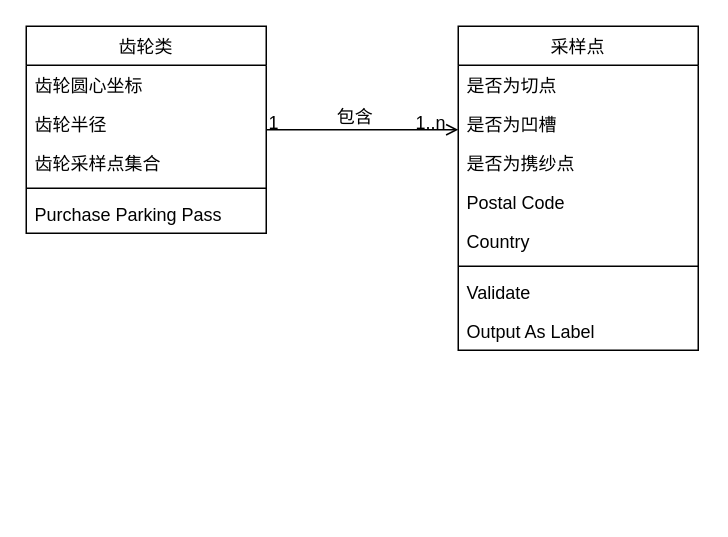
The draw.io diagram 毕设-类图.drawio in ScarboroughCoral/Draw.io.Storage, before the edit. Source tidied: cells renumbered, new cells numbered last; positions are measured from the earlier drawing's top-left corner, leaving out a move shared by most shapes. Both pictures are drawn from the tidied source at 150%, with x=0, y=0 at pixel (26, 26).
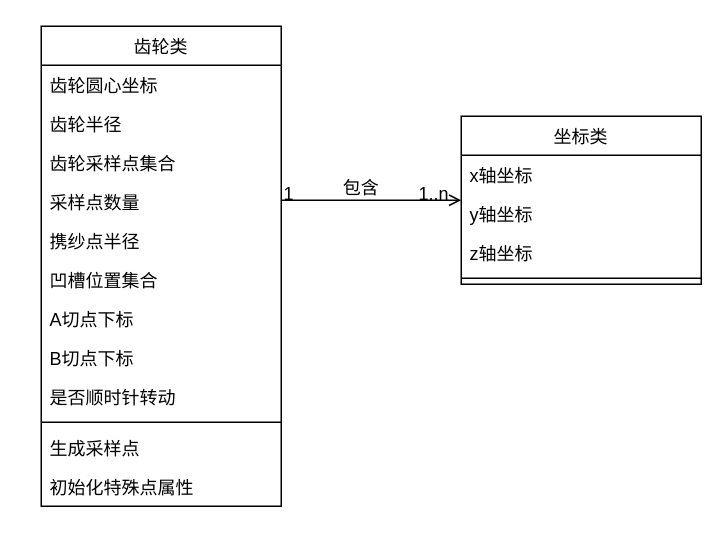
The same page after the edit.

The edit, as a diff of the source:
```diff
@@
+    <mxCell id="17" style="endArrow=open;shadow=0;strokeWidth=1;strokeColor=#000000;rounded=0;endFill=1;edgeStyle=elbowEdgeStyle;elbow=vertical;" parent="1" edge="1" source="2" target="8">
+      <mxGeometry x="0.5" y="41" relative="1" as="geometry">
+        <mxPoint x="-40" y="32" as="offset" />
+      </mxGeometry>
+    </mxCell>
+    <mxCell id="18" value="1" style="align=left;verticalAlign=bottom;labelBackgroundColor=none;fontSize=12;" parent="17" vertex="1">
+      <mxGeometry x="-1" relative="1" as="geometry">
+        <mxPoint y="4" as="offset" />
+      </mxGeometry>
+    </mxCell>
+    <mxCell id="19" value="1..n" style="align=right;verticalAlign=bottom;labelBackgroundColor=none;fontSize=12;" parent="17" vertex="1">
+      <mxGeometry x="1" relative="1" as="geometry">
+        <mxPoint x="-7" y="4" as="offset" />
+      </mxGeometry>
+    </mxCell>
+    <mxCell id="20" value="包含" style="text;html=1;align=center;verticalAlign=middle;labelBackgroundColor=none;rounded=0;shadow=0;strokeWidth=1;fontSize=12;" parent="17" vertex="1">
+      <mxGeometry x="0.5" y="49" relative="1" as="geometry">
+        <mxPoint x="-38" y="40" as="offset" />
+      </mxGeometry>
+    </mxCell>
     <mxCell id="2" value="齿轮类" style="swimlane;fontStyle=0;align=center;verticalAlign=top;horizontal=1;startSize=26;rounded=0;shadow=0;strokeWidth=1;" parent="1" vertex="1">
-      <mxGeometry width="160" height="138" as="geometry" />
+      <mxGeometry x="10" width="160" height="320" as="geometry" />
     </mxCell>
@@
+    <mxCell id="21" value="采样点数量" style="text;align=left;verticalAlign=top;spacingLeft=4;spacingRight=4;overflow=hidden;rounded=0;shadow=0;html=0;" parent="2" vertex="1">
+      <mxGeometry y="104" width="160" height="26" as="geometry" />
+    </mxCell>
+    <mxCell id="22" value="携纱点半径" style="text;align=left;verticalAlign=top;spacingLeft=4;spacingRight=4;overflow=hidden;rounded=0;shadow=0;html=0;" parent="2" vertex="1">
+      <mxGeometry y="130" width="160" height="26" as="geometry" />
+    </mxCell>
+    <mxCell id="23" value="凹槽位置集合" style="text;align=left;verticalAlign=top;spacingLeft=4;spacingRight=4;overflow=hidden;rounded=0;shadow=0;html=0;" parent="2" vertex="1">
+      <mxGeometry y="156" width="160" height="26" as="geometry" />
+    </mxCell>
+    <mxCell id="24" value="A切点下标" style="text;align=left;verticalAlign=top;spacingLeft=4;spacingRight=4;overflow=hidden;rounded=0;shadow=0;html=0;" parent="2" vertex="1">
+      <mxGeometry y="182" width="160" height="26" as="geometry" />
+    </mxCell>
+    <mxCell id="25" value="B切点下标" style="text;align=left;verticalAlign=top;spacingLeft=4;spacingRight=4;overflow=hidden;rounded=0;shadow=0;html=0;" parent="2" vertex="1">
+      <mxGeometry y="208" width="160" height="26" as="geometry" />
+    </mxCell>
+    <mxCell id="26" value="是否顺时针转动" style="text;align=left;verticalAlign=top;spacingLeft=4;spacingRight=4;overflow=hidden;rounded=0;shadow=0;html=0;" parent="2" vertex="1">
+      <mxGeometry y="234" width="160" height="26" as="geometry" />
+    </mxCell>
     <mxCell id="6" style="line;html=1;strokeWidth=1;align=left;verticalAlign=middle;spacingTop=-1;spacingLeft=3;spacingRight=3;labelPosition=right;" parent="2" vertex="1">
-      <mxGeometry y="104" width="160" height="8" as="geometry" />
+      <mxGeometry y="260" width="160" height="8" as="geometry" />
     </mxCell>
-    <mxCell id="7" value="Purchase Parking Pass" style="text;align=left;verticalAlign=top;spacingLeft=4;spacingRight=4;overflow=hidden;" parent="2" vertex="1">
-      <mxGeometry y="112" width="160" height="26" as="geometry" />
+    <mxCell id="7" value="生成采样点" style="text;align=left;verticalAlign=top;spacingLeft=4;spacingRight=4;overflow=hidden;" parent="2" vertex="1">
+      <mxGeometry y="268" width="160" height="26" as="geometry" />
     </mxCell>
+    <mxCell id="27" value="初始化特殊点属性" style="text;align=left;verticalAlign=top;spacingLeft=4;spacingRight=4;overflow=hidden;" parent="2" vertex="1">
+      <mxGeometry y="294" width="160" height="26" as="geometry" />
+    </mxCell>
-    <mxCell id="8" value="采样点" style="swimlane;fontStyle=0;align=center;verticalAlign=top;horizontal=1;startSize=26;rounded=0;shadow=0;strokeWidth=1;" parent="1" vertex="1">
-      <mxGeometry x="288" width="160" height="216" as="geometry" />
+    <mxCell id="8" value="坐标类" style="swimlane;fontStyle=0;align=center;verticalAlign=top;horizontal=1;startSize=26;rounded=0;shadow=0;strokeWidth=1;" parent="1" vertex="1">
+      <mxGeometry x="290" y="60" width="160" height="112" as="geometry" />
     </mxCell>
-    <mxCell id="9" value="是否为切点" style="text;align=left;verticalAlign=top;spacingLeft=4;spacingRight=4;overflow=hidden;" parent="8" vertex="1">
+    <mxCell id="9" value="x轴坐标" style="text;align=left;verticalAlign=top;spacingLeft=4;spacingRight=4;overflow=hidden;" parent="8" vertex="1">
       <mxGeometry y="26" width="160" height="26" as="geometry" />
     </mxCell>
-    <mxCell id="10" value="是否为凹槽" style="text;align=left;verticalAlign=top;spacingLeft=4;spacingRight=4;overflow=hidden;rounded=0;shadow=0;html=0;" parent="8" vertex="1">
-      <mxGeometry y="52" width="160" height="26" as="geometry" />
-    </mxCell>
-    <mxCell id="11" value="是否为携纱点" style="text;align=left;verticalAlign=top;spacingLeft=4;spacingRight=4;overflow=hidden;rounded=0;shadow=0;html=0;" parent="8" vertex="1">
-      <mxGeometry y="78" width="160" height="26" as="geometry" />
-    </mxCell>
-    <mxCell id="12" value="Postal Code" style="text;align=left;verticalAlign=top;spacingLeft=4;spacingRight=4;overflow=hidden;rounded=0;shadow=0;html=0;" parent="8" vertex="1">
-      <mxGeometry y="104" width="160" height="26" as="geometry" />
+    <mxCell id="12" value="y轴坐标" style="text;align=left;verticalAlign=top;spacingLeft=4;spacingRight=4;overflow=hidden;rounded=0;shadow=0;html=0;" parent="8" vertex="1">
+      <mxGeometry y="52" width="160" height="26" as="geometry" />
     </mxCell>
-    <mxCell id="13" value="Country" style="text;align=left;verticalAlign=top;spacingLeft=4;spacingRight=4;overflow=hidden;rounded=0;shadow=0;html=0;" parent="8" vertex="1">
-      <mxGeometry y="130" width="160" height="26" as="geometry" />
+    <mxCell id="13" value="z轴坐标" style="text;align=left;verticalAlign=top;spacingLeft=4;spacingRight=4;overflow=hidden;rounded=0;shadow=0;html=0;" parent="8" vertex="1">
+      <mxGeometry y="78" width="160" height="26" as="geometry" />
     </mxCell>
     <mxCell id="14" style="line;html=1;strokeWidth=1;align=left;verticalAlign=middle;spacingTop=-1;spacingLeft=3;spacingRight=3;labelPosition=right;" parent="8" vertex="1">
-      <mxGeometry y="156" width="160" height="8" as="geometry" />
+      <mxGeometry y="104" width="160" height="8" as="geometry" />
     </mxCell>
-    <mxCell id="15" value="Validate" style="text;align=left;verticalAlign=top;spacingLeft=4;spacingRight=4;overflow=hidden;" parent="8" vertex="1">
-      <mxGeometry y="164" width="160" height="26" as="geometry" />
-    </mxCell>
-    <mxCell id="16" value="Output As Label" style="text;align=left;verticalAlign=top;spacingLeft=4;spacingRight=4;overflow=hidden;" parent="8" vertex="1">
-      <mxGeometry y="190" width="160" height="26" as="geometry" />
-    </mxCell>
-    <mxCell id="17" style="endArrow=open;shadow=0;strokeWidth=1;strokeColor=#000000;rounded=0;endFill=1;edgeStyle=elbowEdgeStyle;elbow=vertical;" parent="1" edge="1" source="2" target="8">
-      <mxGeometry x="0.5" y="41" relative="1" as="geometry">
-        <mxPoint x="-40" y="32" as="offset" />
-      </mxGeometry>
-    </mxCell>
-    <mxCell id="18" value="1" style="align=left;verticalAlign=bottom;labelBackgroundColor=none;fontSize=12;" parent="17" vertex="1">
-      <mxGeometry x="-1" relative="1" as="geometry">
-        <mxPoint y="4" as="offset" />
-      </mxGeometry>
-    </mxCell>
-    <mxCell id="19" value="1..n" style="align=right;verticalAlign=bottom;labelBackgroundColor=none;fontSize=12;" parent="17" vertex="1">
-      <mxGeometry x="1" relative="1" as="geometry">
-        <mxPoint x="-7" y="4" as="offset" />
-      </mxGeometry>
-    </mxCell>
-    <mxCell id="20" value="包含" style="text;html=1;align=center;verticalAlign=middle;labelBackgroundColor=none;rounded=0;shadow=0;strokeWidth=1;fontSize=12;" parent="17" vertex="1">
-      <mxGeometry x="0.5" y="49" relative="1" as="geometry">
-        <mxPoint x="-38" y="40" as="offset" />
-      </mxGeometry>
-    </mxCell>
```
